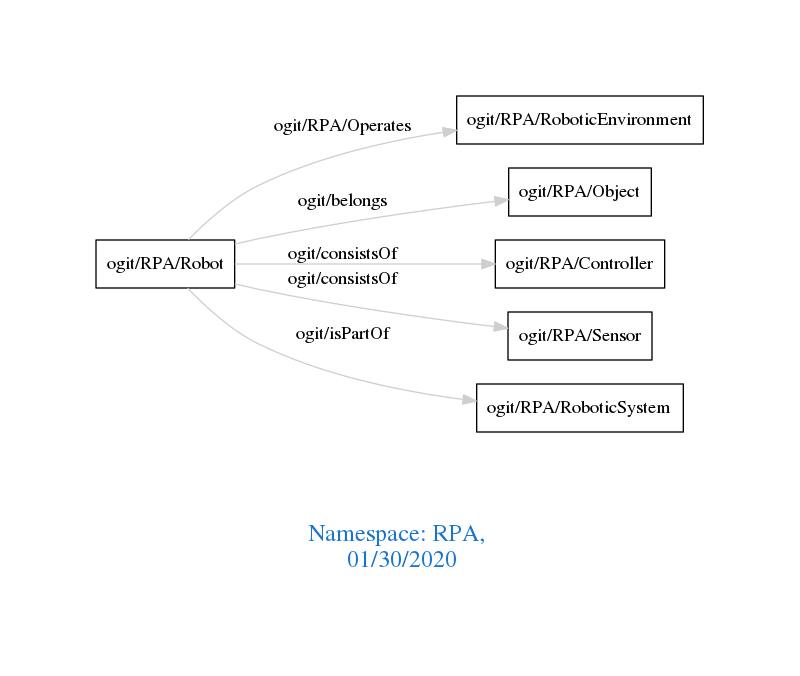
Earlier version of the Graphviz export downloads/RPA.png (arago/OGIT). Its source is kept beside it as downloads/RPA.dot.
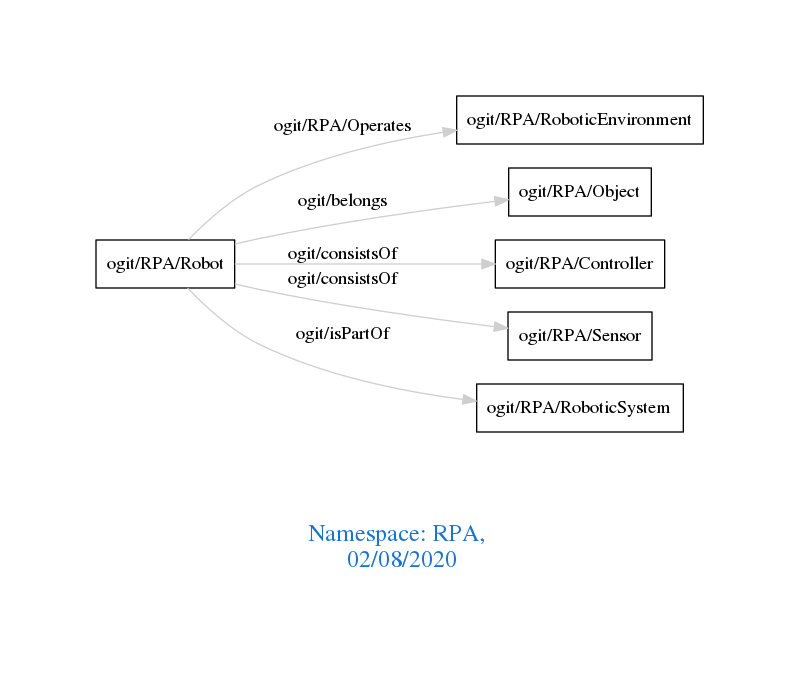
After the commit.

What changed in the source:
```diff
@@ -1,7 +1,7 @@
 digraph OGIT_ontology {
  graph [ rankdir= LR,pad=1
 fontsize = 18,
-fontcolor= dodgerblue3,label = "\n\n\nNamespace: RPA, \n 01/30/2020"];
+fontcolor= dodgerblue3,label = "\n\n\nNamespace: RPA, \n 02/08/2020"];
 node[shape=polygon];
 edge [  color="gray81"];
 
```
